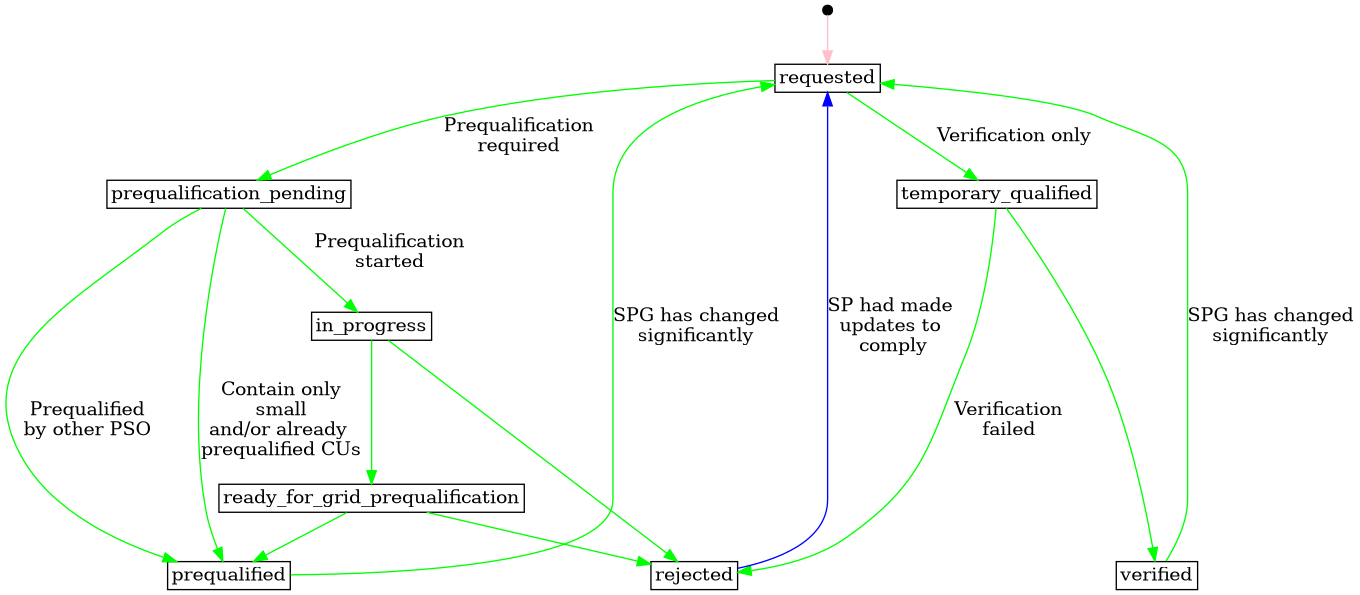
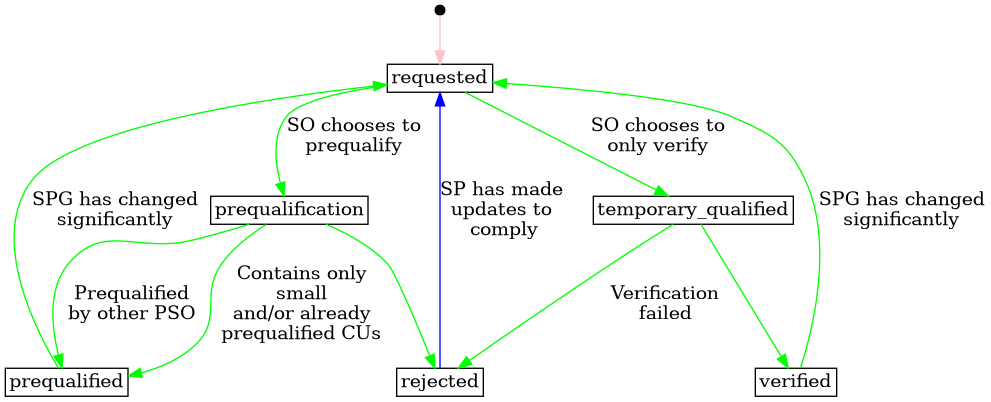
@startdot service_providing_group_product_application_status
digraph G {
    layout=dot;
    overlap=false;

    node [shape=rect,width=0.1,height=0.1,margin=0.04];

    start [shape=point];

    // status
    requested;
    {
        rank = same;
-         prequalification_pending;
+         prequalification;
        temporary_qualified;
    }
-     in_progress;
-     ready_for_grid_prequalification;
    {
        rank = same;
        verified;
        prequalified;
        rejected;
    }


    start -> requested [label="", color="pink"];
-     requested ->  prequalification_pending [label="Prequalification\nrequired", color="green"];
-     prequalification_pending -> in_progress [label="Prequalification\nstarted", color="green"];
-     requested -> temporary_qualified [label="Verification only", color="green"];
+     requested -> prequalification [label="SO chooses to\nprequalify", color="green"];
+     requested -> temporary_qualified [label="SO chooses to\nonly verify", color="green"];

-     prequalification_pending -> prequalified [label="Prequalified\nby other PSO", color="green"];
-     prequalification_pending -> prequalified [label="Contain only\nsmall\nand/or already \nprequalified CUs", color="green"];
+     prequalification -> prequalified [label="Prequalified\nby other PSO", color="green"];
+     prequalification -> prequalified [label="Contains only\nsmall\nand/or already\nprequalified CUs", color="green"];
+     prequalification -> rejected [color="green"];
+ 
+     temporary_qualified -> verified [color="green"];
    temporary_qualified -> rejected [label="Verification\nfailed", color="green"];
-     temporary_qualified -> verified [color="green"];
- 
-     in_progress -> ready_for_grid_prequalification [color="green"];
-     in_progress -> rejected [color="green"];
- 
-     ready_for_grid_prequalification -> prequalified [color="green"];
-     ready_for_grid_prequalification -> rejected [color="green"];

    prequalified -> requested [label="SPG has changed\nsignificantly", color="green"];
    verified -> requested [label="SPG has changed\nsignificantly", color="green"];
-     rejected -> requested [label="SP had made \nupdates to \ncomply", color="blue"];
+     rejected -> requested [label="SP has made \nupdates to \ncomply", color="blue"];
}
@enddot
